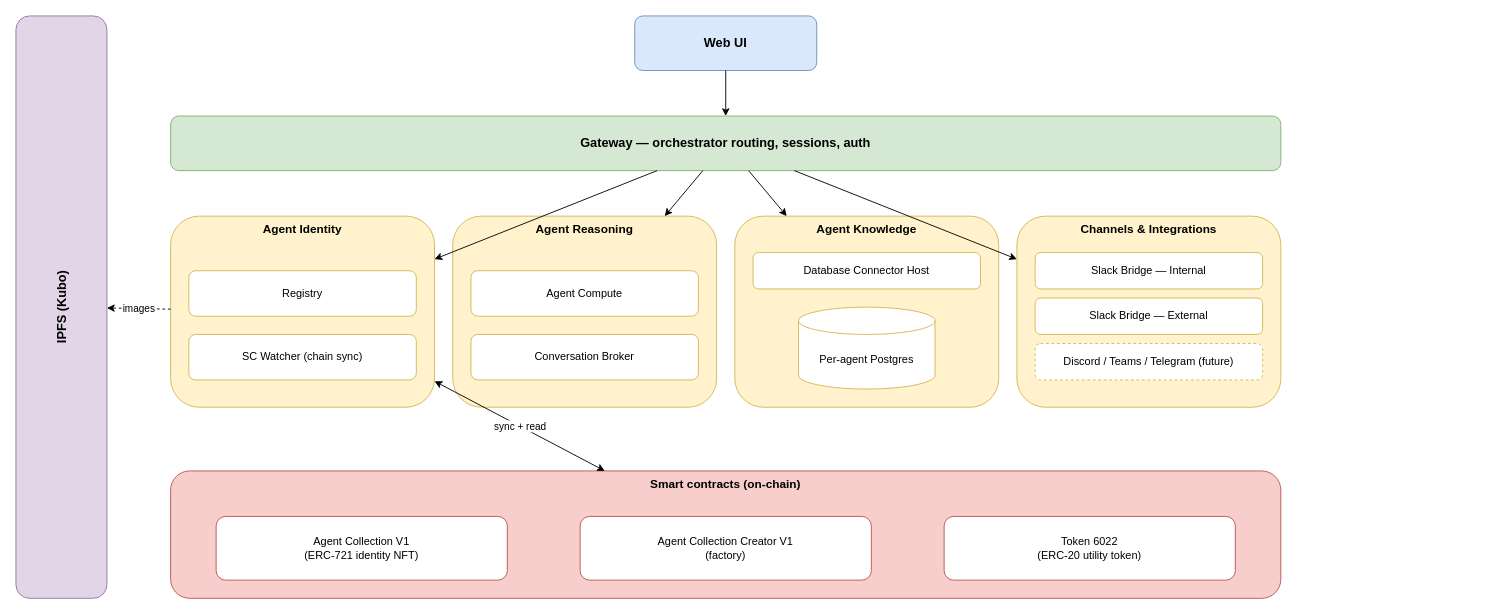
Earlier version of the draw.io diagram docs/static/img/developers/architecture.drawio (6022-labs/agentic-orchestrator). Source tidied: cells renumbered, new cells numbered last; positions are measured from the earlier drawing's top-left corner, leaving out a move shared by most shapes. Both pictures are drawn from the tidied source at 91%, with x=0, y=0 at pixel (15, 15).
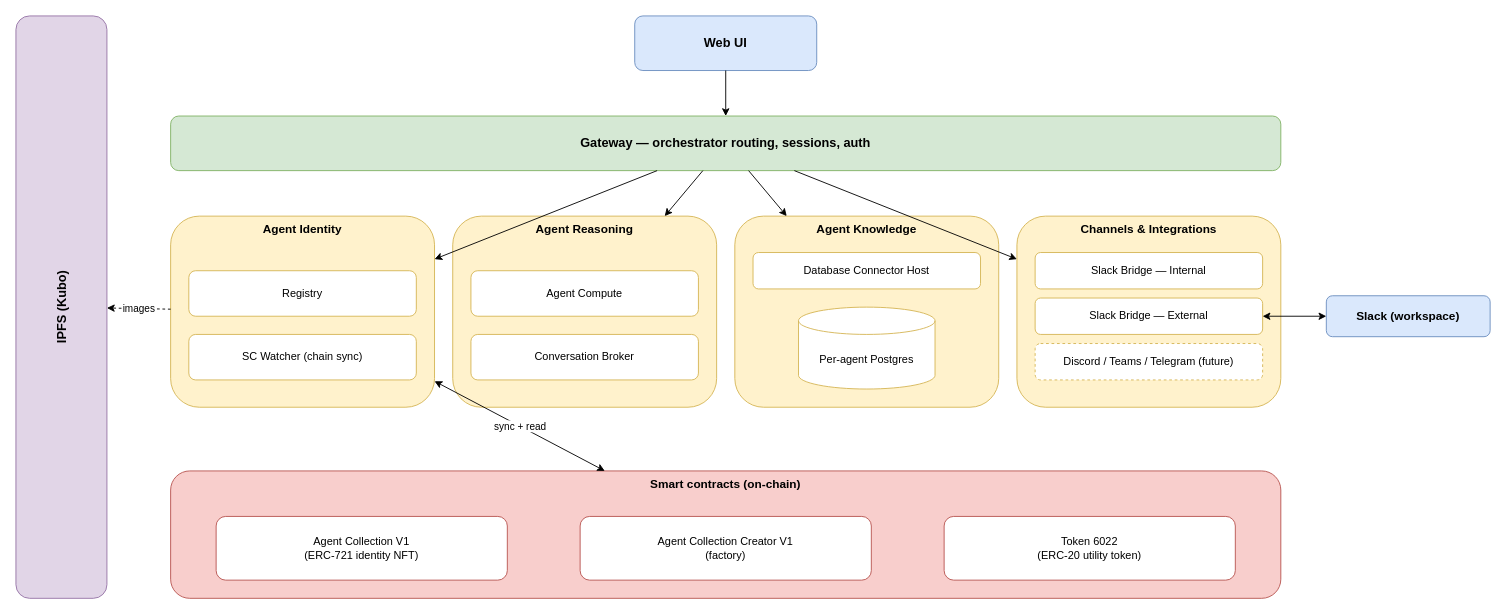
After the change.

Commit message (it also covers changes not shown here):
docs: add slack box to architecture diagram

The change refers to these unchanged cells:
```xml
<mxCell id="16" value="Slack Bridge — External" style="rounded=1;whiteSpace=wrap;html=1;fillColor=#ffffff;strokeColor=#d6b656;" parent="14" vertex="1">
  <mxGeometry x="20" y="90" width="250" height="40" as="geometry" />
</mxCell>
```

What changed in the source:
```diff
@@
+    <mxCell id="29" value="Slack (workspace)" style="rounded=1;whiteSpace=wrap;html=1;fillColor=#dae8fc;strokeColor=#6c8ebf;fontSize=13;fontStyle=1;" parent="1" vertex="1">
+      <mxGeometry x="1440" y="307.5" width="180" height="45" as="geometry" />
+    </mxCell>
+    <mxCell id="30" style="endArrow=classic;startArrow=classic;html=1;rounded=0;fontSize=11;" parent="1" edge="1" source="16" target="29">
+      <mxGeometry relative="1" as="geometry" />
+    </mxCell>
```
